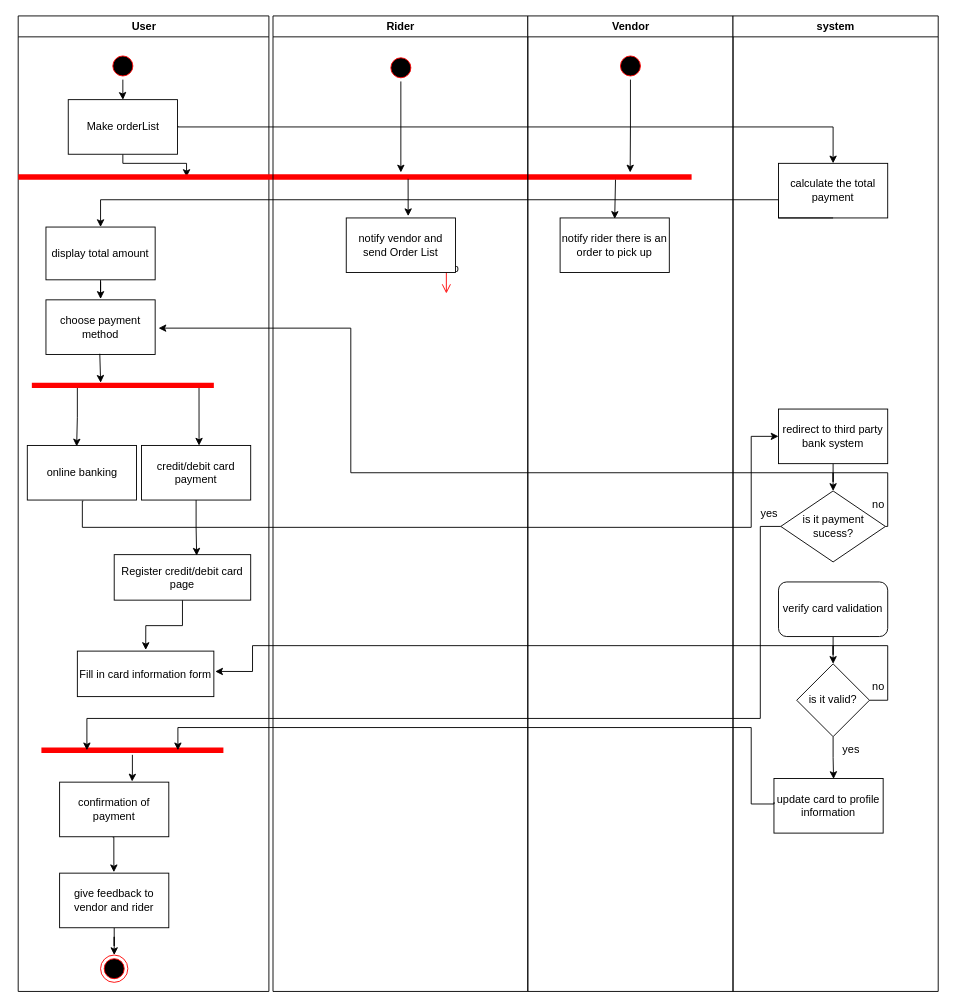
Before: Untitled Diagram.drawio in HORRYZONE/SAD, a draw.io diagram. Source tidied: cells renumbered, new cells numbered last; positions are measured from the earlier drawing's top-left corner, leaving out a move shared by most shapes. Both pictures are drawn from the tidied source at 91%, with x=0, y=0 at pixel (17, 15).
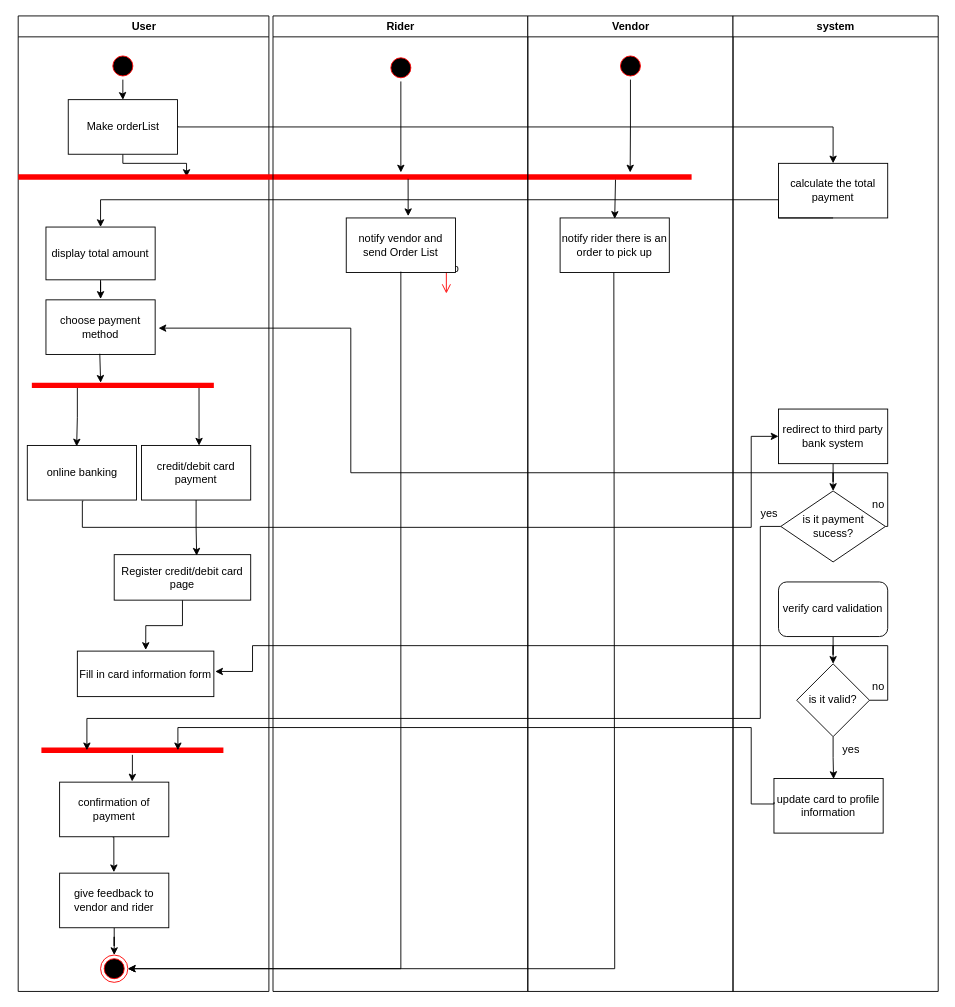
The same page after the edit.

The change refers to these unchanged cells:
```xml
<mxCell id="26" style="ellipse;html=1;shape=endState;fillColor=#000000;strokeColor=#ff0000;" parent="2" vertex="1">
  <mxGeometry x="90.5" y="1032" width="30" height="30" as="geometry" />
</mxCell>
<mxCell id="32" value="notify vendor and send Order List" style="rounded=0;whiteSpace=wrap;html=1;" parent="29" vertex="1">
  <mxGeometry x="80.5" y="222" width="120" height="60" as="geometry" />
</mxCell>
<mxCell id="35" value="notify rider there is an order to pick up" style="rounded=0;whiteSpace=wrap;html=1;" parent="34" vertex="1">
  <mxGeometry x="35.5" y="222" width="120" height="60" as="geometry" />
</mxCell>
```

The edit, as a diff of the source:
```diff
@@
+    <mxCell id="62" style="edgeStyle=orthogonalEdgeStyle;rounded=0;jettySize=auto;html=1;entryX=1;entryY=0.5;entryDx=0;entryDy=0;fillColor=#CC0000;exitX=0.5;exitY=0.983;exitDx=0;exitDy=0;exitPerimeter=0;" parent="1" edge="1" source="32" target="26">
+      <mxGeometry relative="1" as="geometry">
+        <Array as="points">
+          <mxPoint x="421" y="1047" />
+        </Array>
+      </mxGeometry>
+    </mxCell>
+    <mxCell id="63" style="edgeStyle=orthogonalEdgeStyle;rounded=0;jettySize=auto;html=1;entryX=1;entryY=0.5;entryDx=0;entryDy=0;fillColor=#CC0000;exitX=0.492;exitY=1;exitDx=0;exitDy=0;exitPerimeter=0;" parent="1" edge="1" source="35" target="26">
+      <mxGeometry relative="1" as="geometry">
+        <Array as="points">
+          <mxPoint x="656" y="1047" />
+        </Array>
+      </mxGeometry>
+    </mxCell>
```
